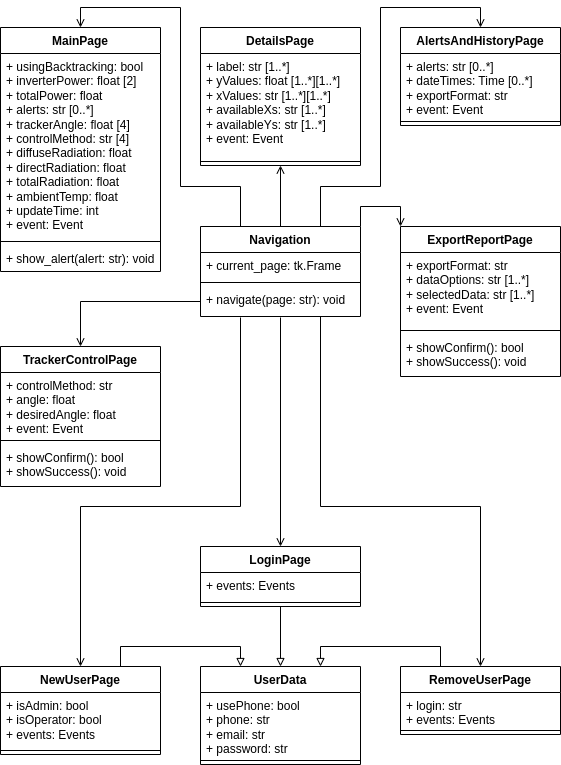
Before: diagrama de classes - view.drawio.png, a diagram exported from draw.io (jaedson-barbosa/supervisorio-solar-ufpb-docs). Source tidied: cells renumbered, new cells last; positions are measured from the earlier drawing's top-left corner, leaving out a move shared by most shapes.
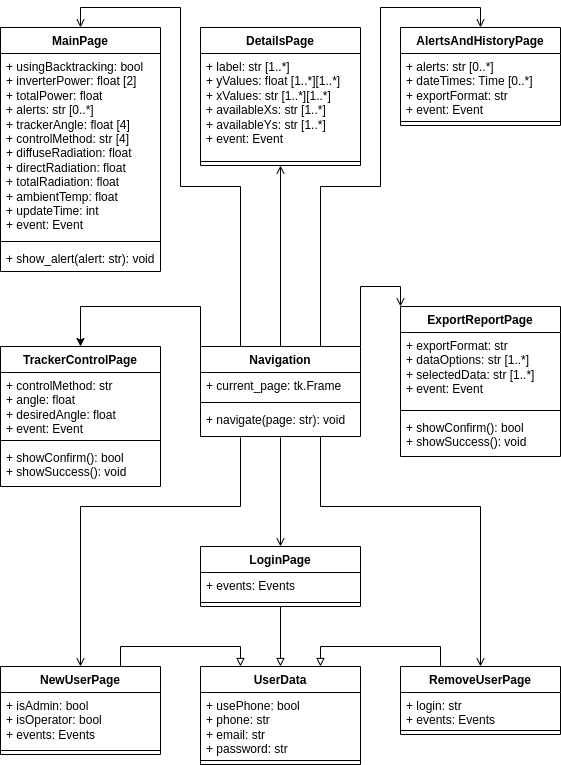
Later version of the same file.

The edit, as a diff of the source:
```diff
@@ -26,10 +26,23 @@
       <mxGeometry relative="1" as="geometry" />
     </mxCell>
     <mxCell id="5" style="edgeStyle=orthogonalEdgeStyle;rounded=0;jettySize=auto;html=1;exitX=1;exitY=0;exitDx=0;exitDy=0;entryX=0;entryY=0;entryDx=0;entryDy=0;endArrow=open;endFill=0;" parent="1" edge="1" source="6" target="33">
-      <mxGeometry relative="1" as="geometry" />
+      <mxGeometry relative="1" as="geometry">
+        <Array as="points">
+          <mxPoint x="360" y="279" />
+          <mxPoint x="400" y="279" />
+        </Array>
+      </mxGeometry>
     </mxCell>
+    <mxCell id="47" style="edgeStyle=orthogonalEdgeStyle;rounded=0;jettySize=auto;html=1;exitX=0;exitY=0;exitDx=0;exitDy=0;entryX=0.5;entryY=0;entryDx=0;entryDy=0;" parent="1" edge="1" source="6" target="42">
+      <mxGeometry relative="1" as="geometry">
+        <Array as="points">
+          <mxPoint x="200" y="299" />
+          <mxPoint x="80" y="299" />
+        </Array>
+      </mxGeometry>
+    </mxCell>
     <mxCell id="6" value="Navigation" style="swimlane;fontStyle=1;align=center;verticalAlign=top;horizontal=1;startSize=26;whiteSpace=wrap;html=1;" parent="1" vertex="1">
-      <mxGeometry x="200" y="219" width="160" height="90" as="geometry" />
+      <mxGeometry x="200" y="339" width="160" height="90" as="geometry" />
     </mxCell>
     <mxCell id="7" value="+ current_page: tk.Frame" style="text;strokeColor=none;fillColor=none;align=left;verticalAlign=top;spacingLeft=4;spacingRight=4;overflow=hidden;whiteSpace=wrap;html=1;" parent="6" vertex="1">
       <mxGeometry y="26" width="160" height="26" as="geometry" />
@@ -120,7 +133,7 @@
       <mxGeometry y="90" width="160" height="8" as="geometry" />
     </mxCell>
     <mxCell id="33" value="ExportReportPage" style="swimlane;fontStyle=1;align=center;verticalAlign=top;horizontal=1;startSize=26;whiteSpace=wrap;html=1;" parent="1" vertex="1">
-      <mxGeometry x="400" y="219" width="160" height="150" as="geometry" />
+      <mxGeometry x="400" y="299" width="160" height="150" as="geometry" />
     </mxCell>
     <mxCell id="34" value="+ exportFormat: str&lt;br&gt;+ dataOptions: str [1..*]&lt;br&gt;+ selectedData: str [1..*]&lt;br&gt;+ event: Event" style="text;strokeColor=none;fillColor=none;align=left;verticalAlign=top;spacingLeft=4;spacingRight=4;overflow=hidden;whiteSpace=wrap;html=1;" parent="33" vertex="1">
       <mxGeometry y="26" width="160" height="74" as="geometry" />
@@ -158,8 +171,5 @@
     <mxCell id="45" value="+ showConfirm(): bool&lt;br&gt;+ showSuccess(): void" style="text;strokeColor=none;fillColor=none;align=left;verticalAlign=top;spacingLeft=4;spacingRight=4;overflow=hidden;whiteSpace=wrap;html=1;" parent="42" vertex="1">
       <mxGeometry y="98" width="160" height="42" as="geometry" />
     </mxCell>
-    <mxCell id="46" style="edgeStyle=orthogonalEdgeStyle;rounded=0;jettySize=auto;html=1;exitX=0;exitY=0.5;exitDx=0;exitDy=0;entryX=0.5;entryY=0;entryDx=0;entryDy=0;endArrow=open;endFill=0;" parent="1" edge="1" source="9" target="42">
-      <mxGeometry relative="1" as="geometry" />
-    </mxCell>
   </root>
 </mxGraphModel>
```
